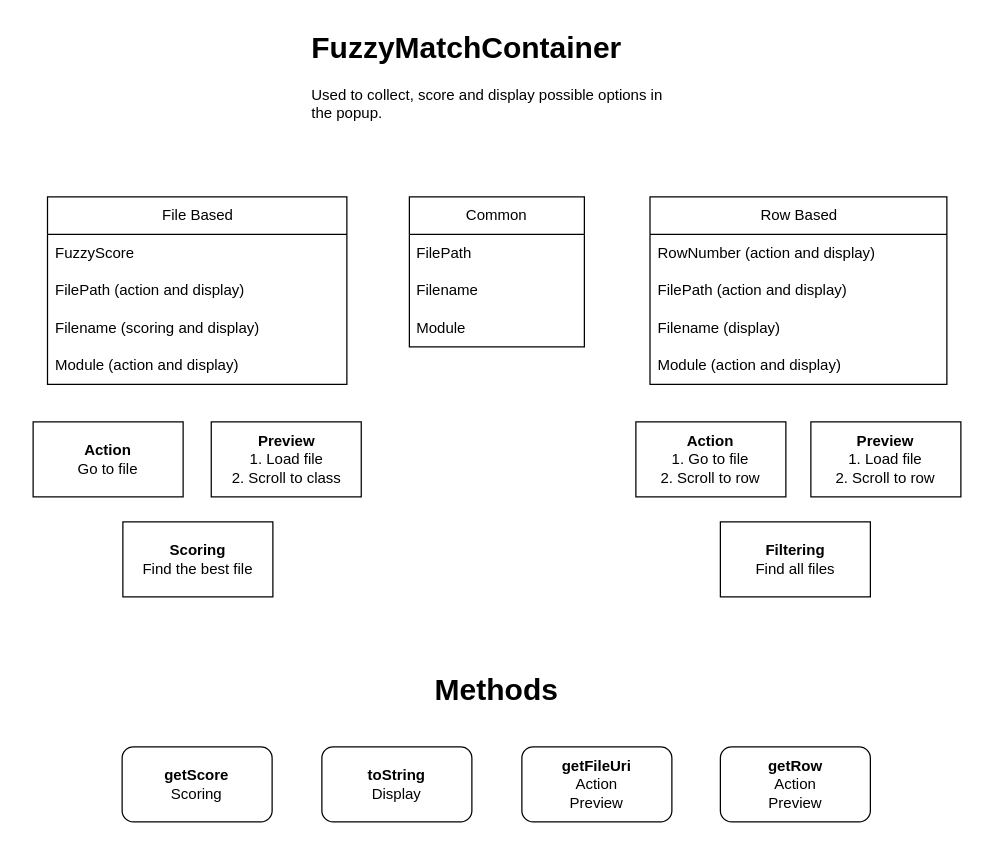
MituuZ/fuzzier keeps this draw.io diagram as assets/ContainerComparison.drawio. Above is the earlier version. Source tidied: cells renumbered, new cells numbered last; positions are measured from the earlier drawing's top-left corner, leaving out a move shared by most shapes. Both pictures are drawn from the tidied source at 125%, with x=0, y=0 at pixel (32, 21).
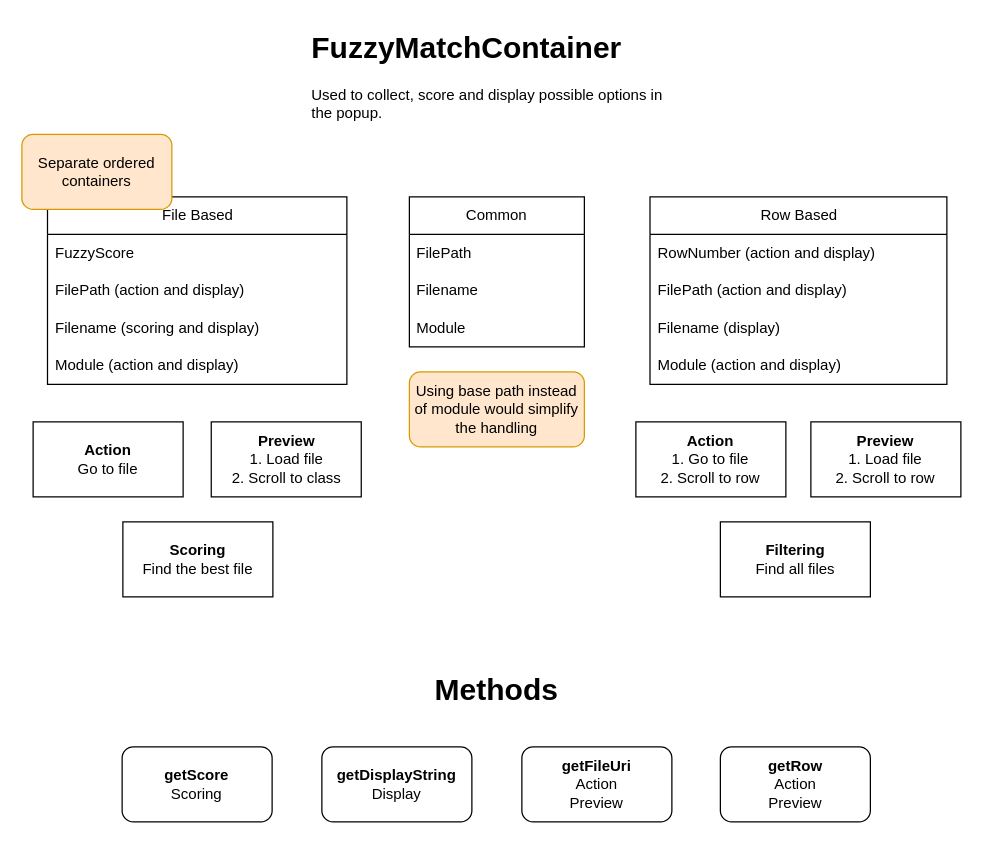
Above is the later version.

What changed in the source:
```diff
@@
-    <mxCell id="23" value="&lt;b&gt;toString&lt;/b&gt;&lt;br&gt;Display" style="rounded=1;whiteSpace=wrap;html=1;" parent="1" vertex="1">
+    <mxCell id="23" value="&lt;b&gt;getDisplayString&lt;/b&gt;&lt;br&gt;Display" style="rounded=1;whiteSpace=wrap;html=1;" parent="1" vertex="1">
       <mxGeometry x="231" y="580" width="120" height="60" as="geometry" />
     </mxCell>
@@
+    <mxCell id="28" value="Using base path instead of module would simplify the handling" style="rounded=1;whiteSpace=wrap;html=1;fillColor=#ffe6cc;strokeColor=#d79b00;" parent="1" vertex="1">
+      <mxGeometry x="301" y="280" width="140" height="60" as="geometry" />
+    </mxCell>
+    <mxCell id="29" value="Separate ordered containers" style="rounded=1;whiteSpace=wrap;html=1;fillColor=#ffe6cc;strokeColor=#d79b00;" parent="1" vertex="1">
+      <mxGeometry x="-9" y="90" width="120" height="60" as="geometry" />
+    </mxCell>
```
